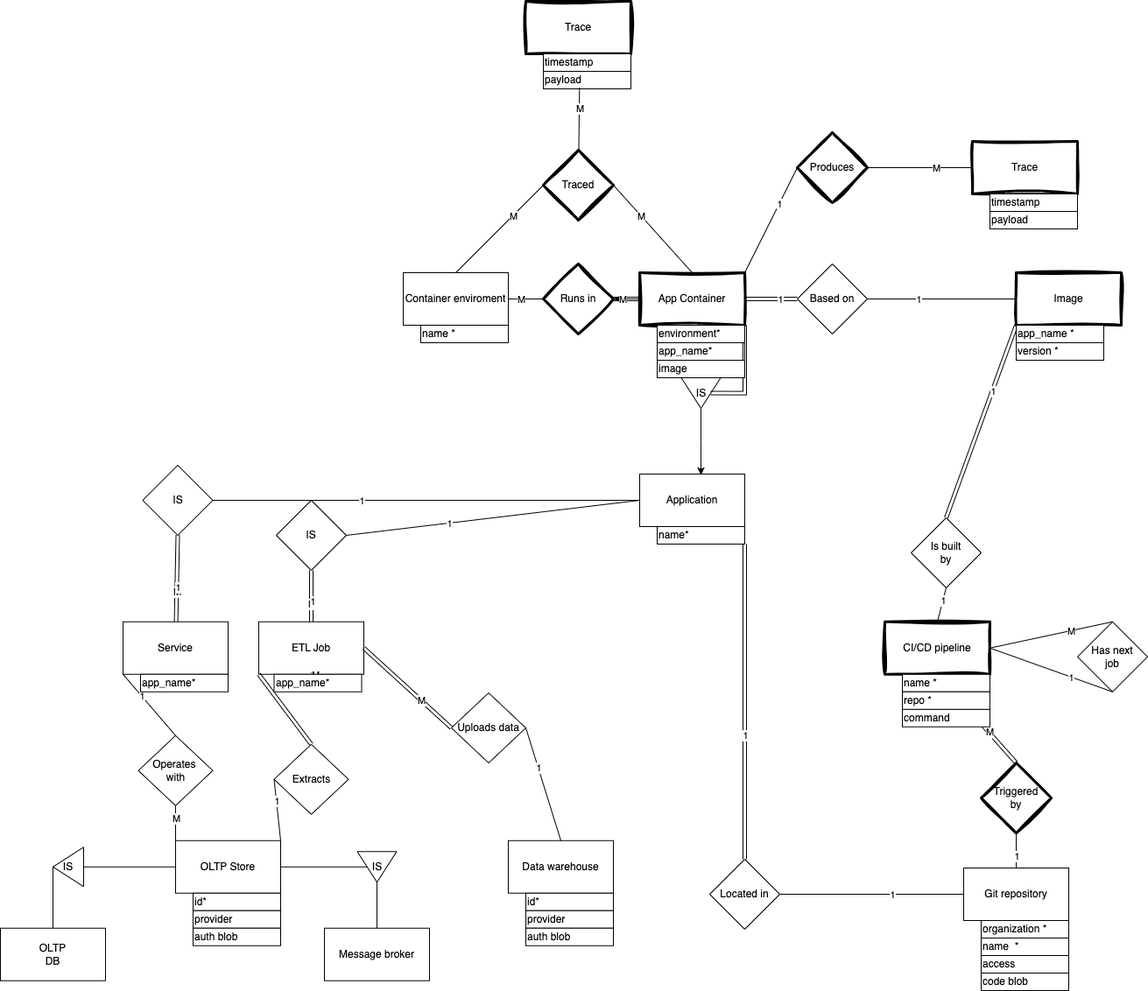
ssyrota/university keeps this draw.io diagram as db/ER.png. Above is the earlier version. Source tidied: cells renumbered, new cells last; positions are measured from the earlier drawing's top-left corner, leaving out a move shared by most shapes.
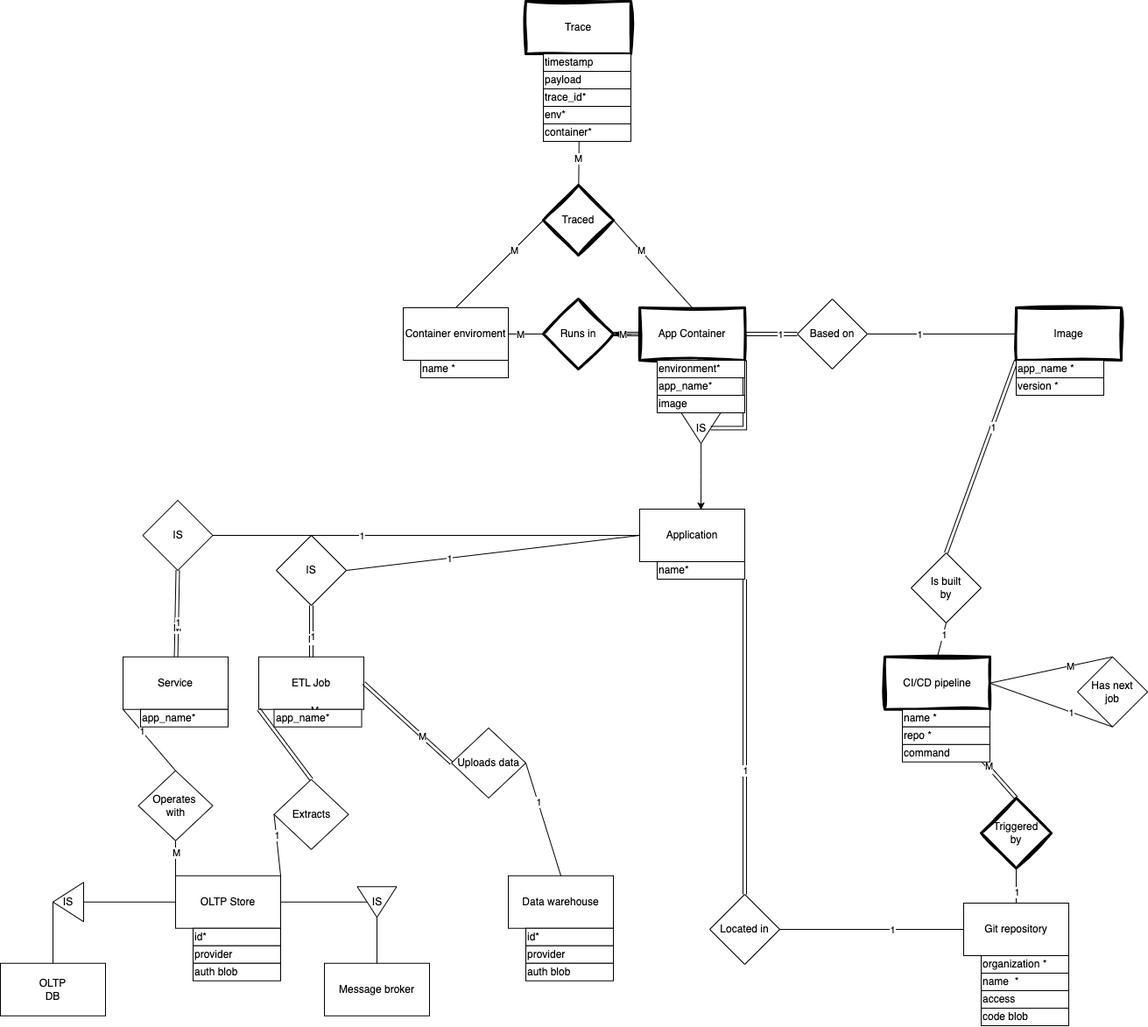
After the commit.

Commit message:
fix(db): rm useless entity

Change to the diagram source:
```diff
@@ -57,20 +57,10 @@
     <mxCell id="18" value="M" style="edgeLabel;html=1;align=center;verticalAlign=middle;" parent="17" vertex="1">
       <mxGeometry x="0.31" relative="1" as="geometry" />
     </mxCell>
-    <mxCell id="19" value="Produces" style="rhombus;whiteSpace=wrap;html=1;rounded=0;shadow=0;sketch=1;curveFitting=1;jiggle=2;strokeWidth=3;" parent="1" vertex="1">
-      <mxGeometry x="910" y="150" width="80" height="80" as="geometry" />
-    </mxCell>
-    <mxCell id="20" style="endArrow=none;html=1;rounded=0;exitX=1;exitY=0;exitDx=0;exitDy=0;entryX=0;entryY=0.5;entryDx=0;entryDy=0;" parent="1" edge="1" source="8" target="19">
-      <mxGeometry relative="1" as="geometry" />
-    </mxCell>
-    <mxCell id="21" value="1" style="edgeLabel;html=1;align=center;verticalAlign=middle;" parent="20" vertex="1">
-      <mxGeometry x="0.31" relative="1" as="geometry" />
-    </mxCell>
-    <mxCell id="22" value="Trace" style="rounded=0;whiteSpace=wrap;html=1;strokeWidth=3;shadow=0;sketch=1;curveFitting=1;jiggle=2;" parent="1" vertex="1">
-      <mxGeometry x="1110" y="160" width="120" height="60" as="geometry" />
-    </mxCell>
-    <mxCell id="23" style="endArrow=none;html=1;rounded=0;exitX=1;exitY=0.5;exitDx=0;exitDy=0;entryX=0;entryY=0.5;entryDx=0;entryDy=0;" parent="1" edge="1" source="19" target="22">
-      <mxGeometry relative="1" as="geometry" />
+    <mxCell id="23" style="endArrow=none;html=1;rounded=0;exitX=1;exitY=0.5;exitDx=0;exitDy=0;entryX=0;entryY=0.5;entryDx=0;entryDy=0;" parent="1" edge="1" target="x">
+      <mxGeometry relative="1" as="geometry">
+        <mxPoint x="990" y="190" as="sourcePoint" />
+      </mxGeometry>
     </mxCell>
     <mxCell id="24" value="M" style="edgeLabel;html=1;align=center;verticalAlign=middle;" parent="23" vertex="1">
       <mxGeometry x="0.31" relative="1" as="geometry" />
@@ -84,12 +74,6 @@
     <mxCell id="27" value="app_name *" style="rounded=0;whiteSpace=wrap;html=1;align=left;" parent="1" vertex="1">
       <mxGeometry x="1160" y="370" width="100" height="20" as="geometry" />
     </mxCell>
-    <mxCell id="28" value="payload" style="rounded=0;whiteSpace=wrap;html=1;align=left;" parent="1" vertex="1">
-      <mxGeometry x="1130" y="240" width="100" height="20" as="geometry" />
-    </mxCell>
-    <mxCell id="29" value="timestamp" style="rounded=0;whiteSpace=wrap;html=1;align=left;" parent="1" vertex="1">
-      <mxGeometry x="1130" y="220" width="100" height="20" as="geometry" />
-    </mxCell>
     <mxCell id="30" value="version *" style="rounded=0;whiteSpace=wrap;html=1;align=left;" parent="1" vertex="1">
       <mxGeometry x="1160" y="390" width="100" height="20" as="geometry" />
     </mxCell>
@@ -350,13 +334,13 @@
       <mxGeometry x="750" y="410" width="100" height="20" as="geometry" />
     </mxCell>
     <mxCell id="113" value="Trace" style="rounded=0;whiteSpace=wrap;html=1;strokeWidth=3;shadow=0;sketch=1;curveFitting=1;jiggle=2;" parent="1" vertex="1">
-      <mxGeometry x="600" width="120" height="60" as="geometry" />
+      <mxGeometry x="600" y="-40" width="120" height="60" as="geometry" />
     </mxCell>
     <mxCell id="114" value="payload" style="rounded=0;whiteSpace=wrap;html=1;align=left;" parent="1" vertex="1">
-      <mxGeometry x="620" y="80" width="100" height="20" as="geometry" />
+      <mxGeometry x="620" y="40" width="100" height="20" as="geometry" />
     </mxCell>
     <mxCell id="115" value="timestamp" style="rounded=0;whiteSpace=wrap;html=1;align=left;" parent="1" vertex="1">
-      <mxGeometry x="620" y="60" width="100" height="20" as="geometry" />
+      <mxGeometry x="620" y="20" width="100" height="20" as="geometry" />
     </mxCell>
     <mxCell id="116" value="Traced" style="rhombus;whiteSpace=wrap;html=1;sketch=1;curveFitting=1;jiggle=2;strokeWidth=3;" parent="1" vertex="1">
       <mxGeometry x="620" y="170" width="80" height="80" as="geometry" />
@@ -379,5 +363,17 @@
     <mxCell id="122" value="M" style="edgeLabel;html=1;align=center;verticalAlign=middle;" parent="121" vertex="1">
       <mxGeometry x="0.31" relative="1" as="geometry" />
     </mxCell>
+    <mxCell id="123" value="M" style="edgeLabel;html=1;align=center;verticalAlign=middle;" parent="121" vertex="1">
+      <mxGeometry x="-0.43" y="2" relative="1" as="geometry" />
+    </mxCell>
+    <mxCell id="124" value="trace_id*" style="rounded=0;whiteSpace=wrap;html=1;align=left;" parent="1" vertex="1">
+      <mxGeometry x="620" y="60" width="100" height="20" as="geometry" />
+    </mxCell>
+    <mxCell id="125" value="env*" style="rounded=0;whiteSpace=wrap;html=1;align=left;" parent="1" vertex="1">
+      <mxGeometry x="620" y="80" width="100" height="20" as="geometry" />
+    </mxCell>
+    <mxCell id="126" value="container*" style="rounded=0;whiteSpace=wrap;html=1;align=left;" parent="1" vertex="1">
+      <mxGeometry x="620" y="100" width="100" height="20" as="geometry" />
+    </mxCell>
   </root>
 </mxGraphModel>
```
